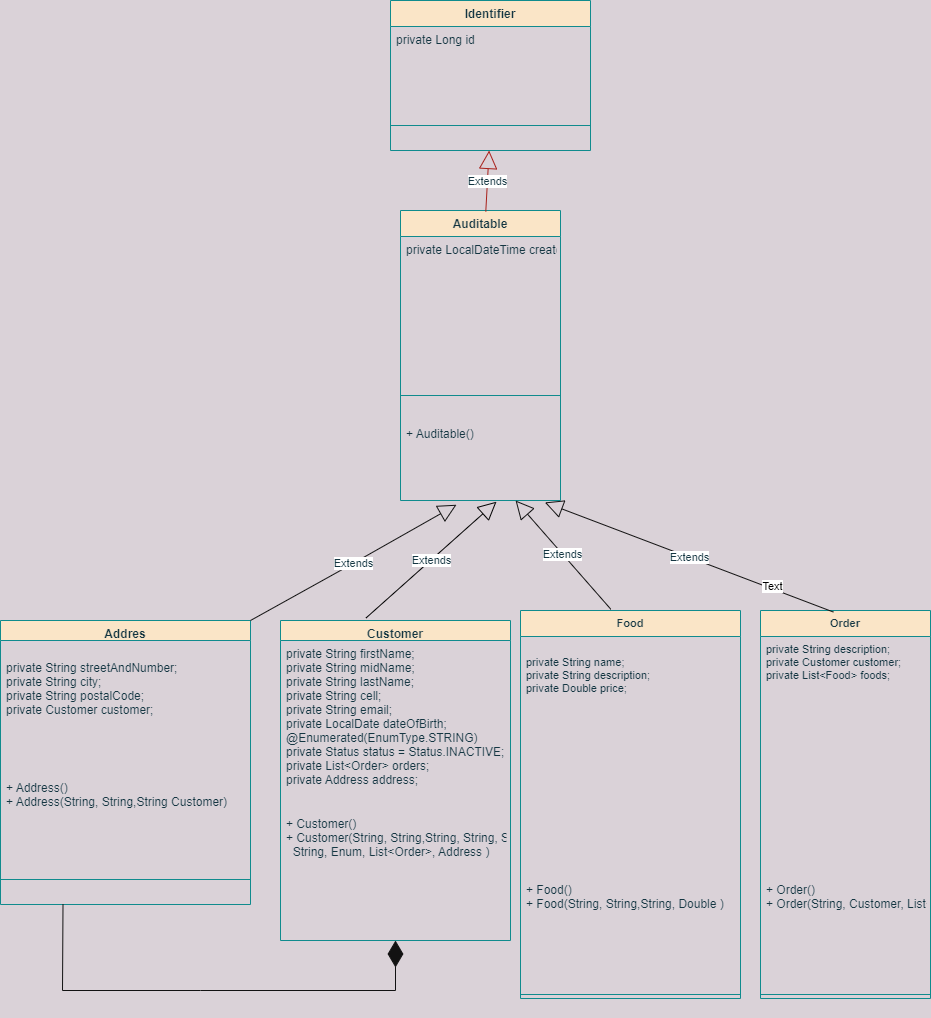
The draw.io diagram doc/class-diagram/ClassDiagram/ClassDiagram.png in Csaba79-coder/webler-feeder, before a commit. Source tidied: cells renumbered, new cells last; positions are measured from the earlier drawing's top-left corner, leaving out a move shared by most shapes.
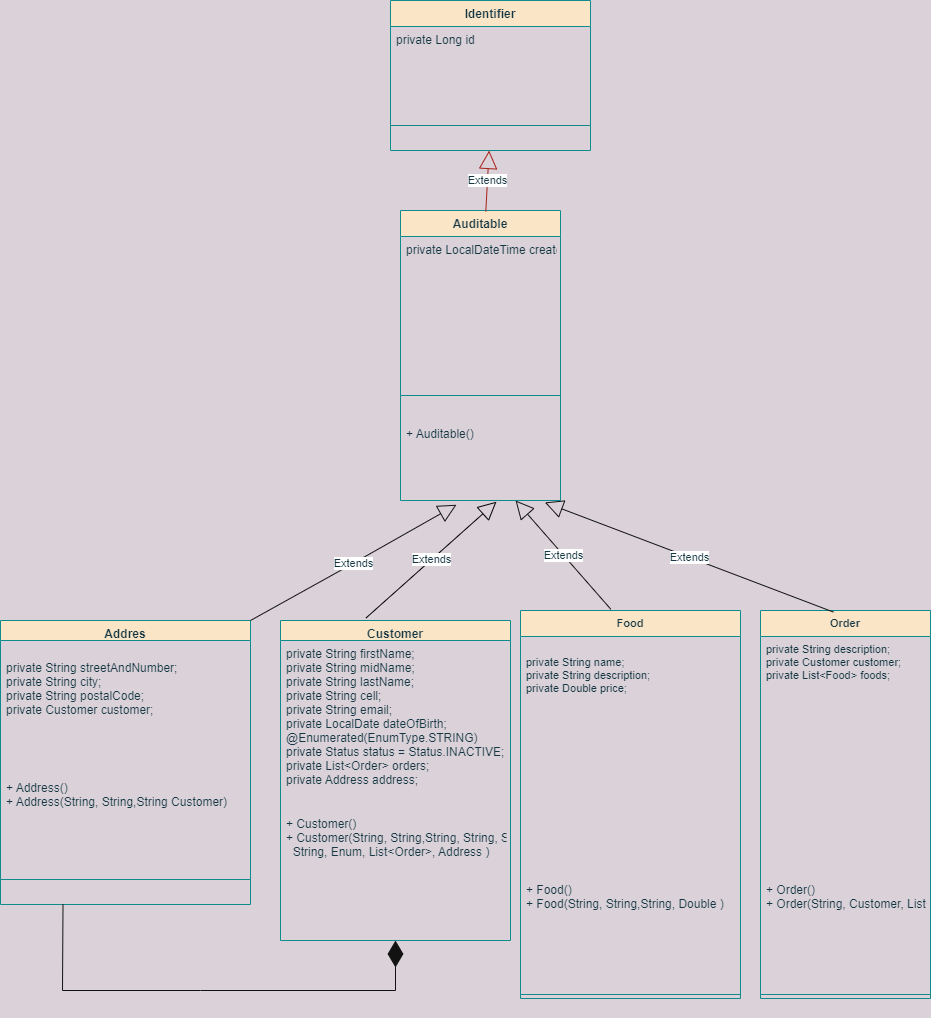
The same diagram one commit later.

Commit message:
Removed text label

Diff of the diagram source:
```diff
@@ -87,9 +87,6 @@
     <mxCell id="28" value="Extends" style="endArrow=block;endSize=16;endFill=0;html=1;rounded=0;labelBackgroundColor=default;strokeColor=#121212;fontFamily=Helvetica;fontSize=11;fontColor=#143642;fillColor=#FAE5C7;shape=connector;entryX=0.902;entryY=1.024;entryDx=0;entryDy=0;entryPerimeter=0;exitX=0.429;exitY=0.004;exitDx=0;exitDy=0;exitPerimeter=0;" parent="1" edge="1" source="24" target="5">
       <mxGeometry relative="1" as="geometry" />
     </mxCell>
-    <mxCell id="29" value="Text" style="edgeLabel;html=1;align=center;verticalAlign=middle;" parent="28" vertex="1">
-      <mxGeometry x="-0.57" y="-3" relative="1" as="geometry" />
-    </mxCell>
     <mxCell id="30" style="endArrow=diamondThin;endFill=1;endSize=24;html=1;rounded=0;exitX=0.25;exitY=1;exitDx=0;exitDy=0;strokeColor=#121212;" parent="1" edge="1" source="9" target="15">
       <mxGeometry relative="1" as="geometry">
         <Array as="points">
```
